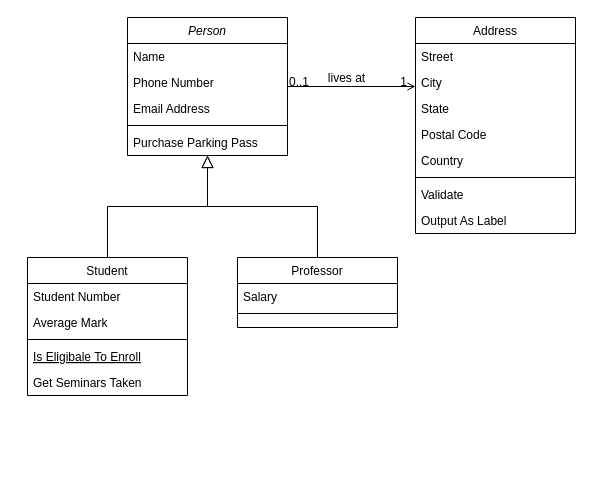
Above: Batman_Diagram.drawio in vicentcamison/idal_ia3 (draw.io), before the change. Source tidied: cells renumbered, new cells numbered last; positions are measured from the earlier drawing's top-left corner, leaving out a move shared by most shapes. Both pictures are drawn from the tidied source at 100%, with x=0, y=0 at pixel (27, 17).
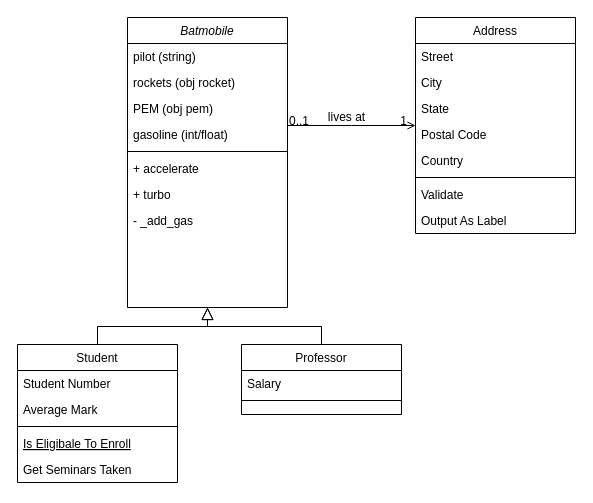
The same diagram, later.

What changed in the source:
```diff
@@
-    <mxCell id="2" value="Person" style="swimlane;fontStyle=2;align=center;verticalAlign=top;horizontal=1;startSize=26;rounded=0;shadow=0;strokeWidth=1;" parent="1" vertex="1">
-      <mxGeometry x="100" width="160" height="138" as="geometry" />
+    <mxCell id="2" value="Batmobile" style="swimlane;fontStyle=2;align=center;verticalAlign=top;horizontal=1;startSize=26;rounded=0;shadow=0;strokeWidth=1;" parent="1" vertex="1">
+      <mxGeometry x="100" width="160" height="290" as="geometry" />
     </mxCell>
-    <mxCell id="3" value="Name" style="text;align=left;verticalAlign=top;spacingLeft=4;spacingRight=4;overflow=hidden;" parent="2" vertex="1">
+    <mxCell id="3" value="pilot (string)" style="text;align=left;verticalAlign=top;spacingLeft=4;spacingRight=4;overflow=hidden;" parent="2" vertex="1">
       <mxGeometry y="26" width="160" height="26" as="geometry" />
     </mxCell>
-    <mxCell id="4" value="Phone Number" style="text;align=left;verticalAlign=top;spacingLeft=4;spacingRight=4;overflow=hidden;rounded=0;shadow=0;html=0;" parent="2" vertex="1">
+    <mxCell id="4" value="rockets (obj rocket)" style="text;align=left;verticalAlign=top;spacingLeft=4;spacingRight=4;overflow=hidden;rounded=0;shadow=0;html=0;" parent="2" vertex="1">
       <mxGeometry y="52" width="160" height="26" as="geometry" />
     </mxCell>
-    <mxCell id="5" value="Email Address" style="text;align=left;verticalAlign=top;spacingLeft=4;spacingRight=4;overflow=hidden;rounded=0;shadow=0;html=0;" parent="2" vertex="1">
+    <mxCell id="5" value="PEM (obj pem)" style="text;align=left;verticalAlign=top;spacingLeft=4;spacingRight=4;overflow=hidden;rounded=0;shadow=0;html=0;" parent="2" vertex="1">
       <mxGeometry y="78" width="160" height="26" as="geometry" />
     </mxCell>
+    <mxCell id="32" value="gasoline (int/float)" style="text;align=left;verticalAlign=top;spacingLeft=4;spacingRight=4;overflow=hidden;rounded=0;shadow=0;html=0;" parent="2" vertex="1">
+      <mxGeometry y="104" width="160" height="26" as="geometry" />
+    </mxCell>
     <mxCell id="6" style="line;html=1;strokeWidth=1;align=left;verticalAlign=middle;spacingTop=-1;spacingLeft=3;spacingRight=3;labelPosition=right;" parent="2" vertex="1">
-      <mxGeometry y="104" width="160" height="8" as="geometry" />
+      <mxGeometry y="130" width="160" height="8" as="geometry" />
     </mxCell>
-    <mxCell id="7" value="Purchase Parking Pass" style="text;align=left;verticalAlign=top;spacingLeft=4;spacingRight=4;overflow=hidden;" parent="2" vertex="1">
-      <mxGeometry y="112" width="160" height="26" as="geometry" />
+    <mxCell id="7" value="+ accelerate" style="text;align=left;verticalAlign=top;spacingLeft=4;spacingRight=4;overflow=hidden;" parent="2" vertex="1">
+      <mxGeometry y="138" width="160" height="26" as="geometry" />
     </mxCell>
+    <mxCell id="33" value="+ turbo" style="text;align=left;verticalAlign=top;spacingLeft=4;spacingRight=4;overflow=hidden;" parent="2" vertex="1">
+      <mxGeometry y="164" width="160" height="26" as="geometry" />
+    </mxCell>
+    <mxCell id="34" value="- _add_gas" style="text;align=left;verticalAlign=top;spacingLeft=4;spacingRight=4;overflow=hidden;" parent="2" vertex="1">
+      <mxGeometry y="190" width="160" height="26" as="geometry" />
+    </mxCell>
     <mxCell id="8" value="Student" style="swimlane;fontStyle=0;align=center;verticalAlign=top;horizontal=1;startSize=26;rounded=0;shadow=0;strokeWidth=1;" parent="1" vertex="1">
-      <mxGeometry y="240" width="160" height="138" as="geometry" />
+      <mxGeometry x="-10" y="327" width="160" height="138" as="geometry" />
     </mxCell>
@@
     <mxCell id="15" value="Professor" style="swimlane;fontStyle=0;align=center;verticalAlign=top;horizontal=1;startSize=26;rounded=0;shadow=0;strokeWidth=1;" parent="1" vertex="1">
-      <mxGeometry x="210" y="240" width="160" height="70" as="geometry" />
+      <mxGeometry x="214" y="327" width="160" height="70" as="geometry" />
     </mxCell>
```
